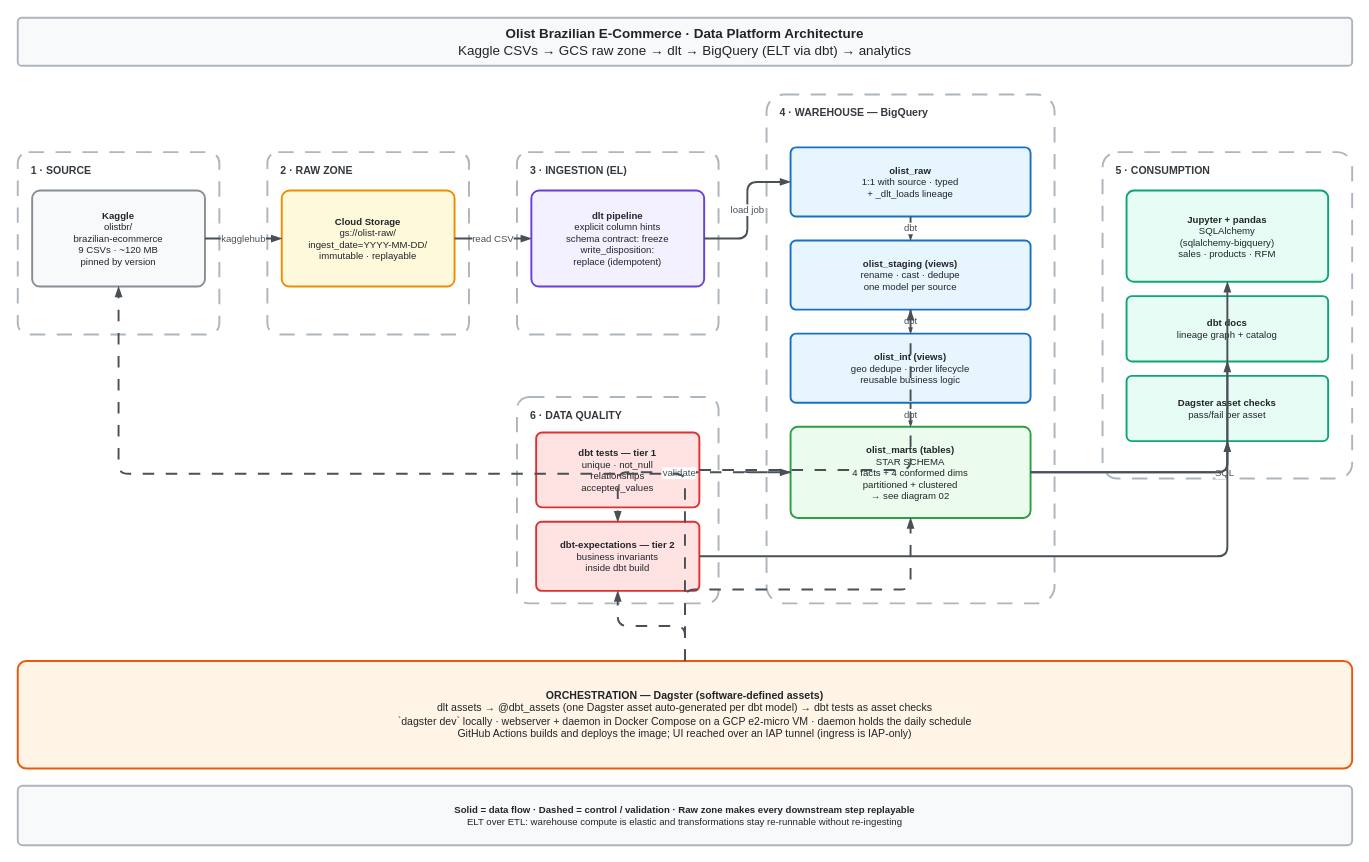
Earlier version of the draw.io diagram docs/diagrams/01-high-level-architecture.drawio (cheanwei/ntu-dsai-group5-project2). Source tidied: cells renumbered, new cells numbered last; positions are measured from the earlier drawing's top-left corner, leaving out a move shared by most shapes. Both pictures are drawn from the tidied source at 96%, with x=0, y=0 at pixel (17, 17).
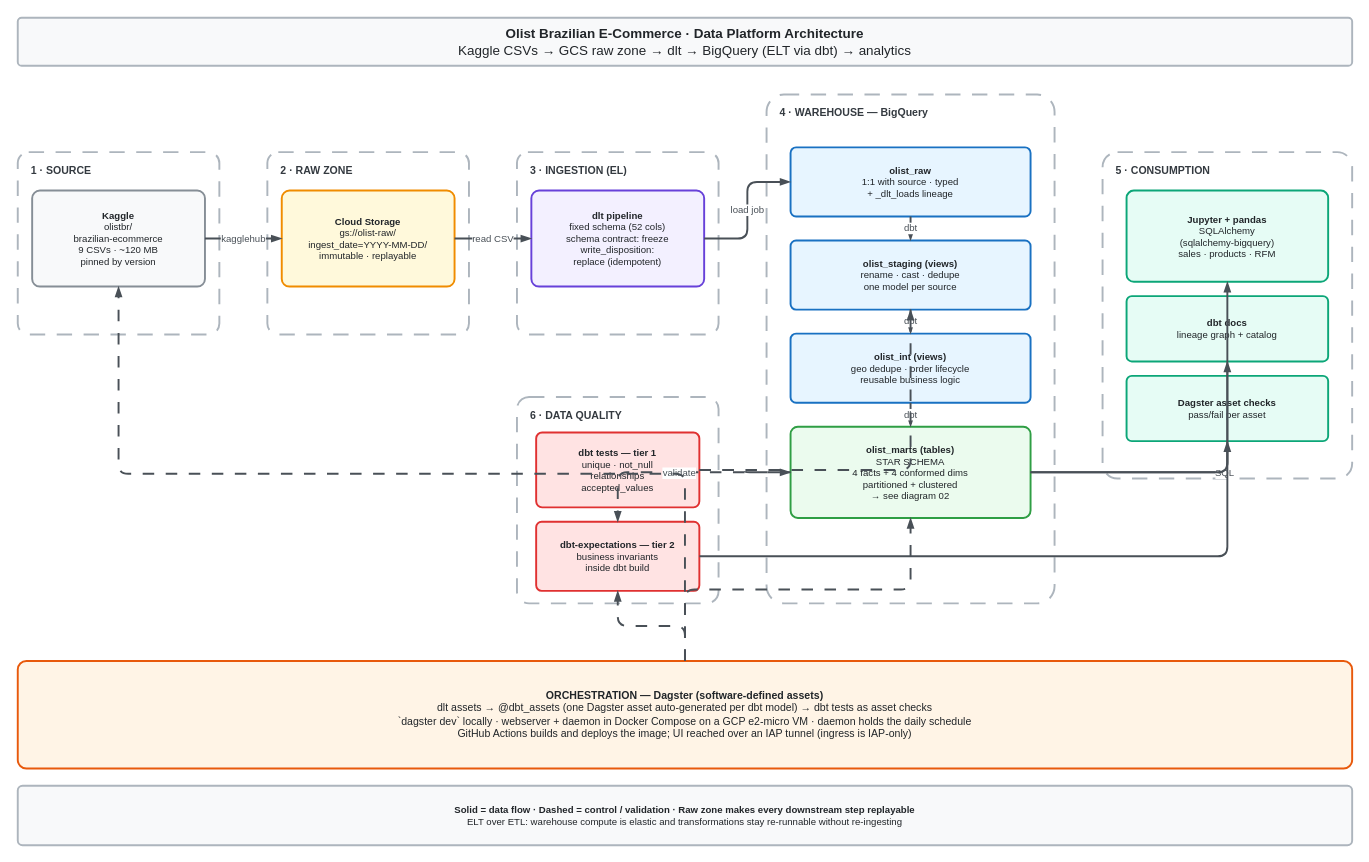
The same diagram, later.

Commit message (it also covers changes not shown here):
Refactor ingestion schema to enforce a fixed structure across all tables

Change to the diagram source:
```diff
@@
-    <mxCell id="11" value="&lt;b&gt;dlt pipeline&lt;/b&gt;&lt;br&gt;explicit column hints&lt;br&gt;schema contract: freeze&lt;br&gt;write_disposition:&lt;br&gt;replace (idempotent)" style="rounded=1;arcSize=8;whiteSpace=wrap;html=1;fillColor=#f3f0ff;strokeColor=#6741d9;strokeWidth=2;align=center;verticalAlign=middle;spacingLeft=8;spacingRight=8;fontSize=10;fontColor=#212529;" parent="1" vertex="1">
+    <mxCell id="11" value="&lt;b&gt;dlt pipeline&lt;/b&gt;&lt;br&gt;fixed schema (52 cols)&lt;br&gt;schema contract: freeze&lt;br&gt;write_disposition:&lt;br&gt;replace (idempotent)" style="rounded=1;arcSize=8;whiteSpace=wrap;html=1;fillColor=#f3f0ff;strokeColor=#6741d9;strokeWidth=2;align=center;verticalAlign=middle;spacingLeft=8;spacingRight=8;fontSize=10;fontColor=#212529;" parent="1" vertex="1">
       <mxGeometry x="535" y="180" width="180" height="100" as="geometry" />
     </mxCell>
```
